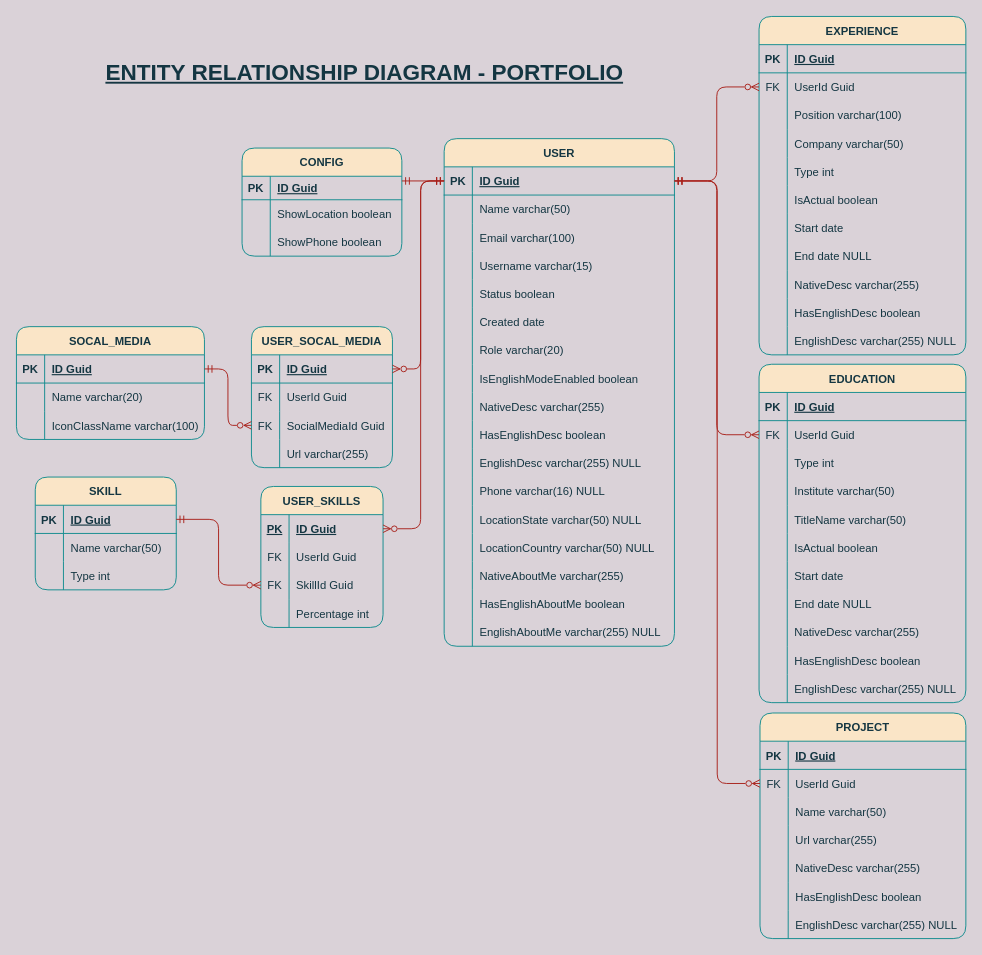
Before: Database/Entity Relationship Diagram.drawio in tiagoramirez/portfolio-backend-dotnet, a draw.io diagram. Source tidied: cells renumbered, new cells numbered last; positions are measured from the earlier drawing's top-left corner, leaving out a move shared by most shapes. Both pictures are drawn from the tidied source at 94%, with x=0, y=0 at pixel (16, 16).
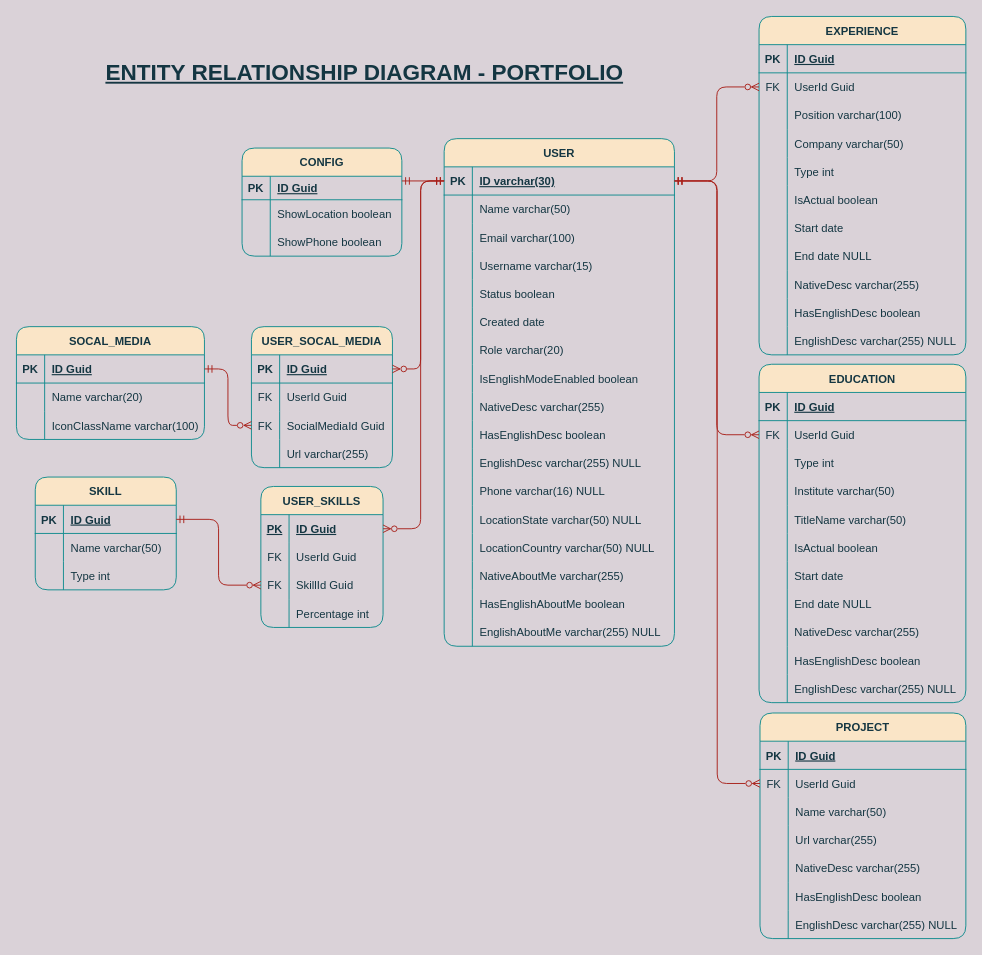
The same page after the edit.

Unchanged cells that the change refers to:
```xml
<mxCell id="102" style="shape=partialRectangle;fillColor=none;top=0;left=0;bottom=1;right=0;points=[[0,0.5],[1,0.5]];portConstraint=eastwest;strokeColor=#0F8B8D;fontColor=#143642;rounded=1;labelBackgroundColor=none;" parent="101" vertex="1">
  <mxGeometry y="30" width="245" height="30" as="geometry" />
</mxCell>
```

What changed in the source:
```diff
@@
-    <mxCell id="104" value="ID Guid" style="shape=partialRectangle;fillColor=none;top=0;left=0;bottom=0;right=0;align=left;spacingLeft=6;fontStyle=5;overflow=hidden;strokeColor=#0F8B8D;fontColor=#143642;rounded=1;labelBackgroundColor=none;" parent="102" vertex="1">
+    <mxCell id="104" value="ID varchar(30)" style="shape=partialRectangle;fillColor=none;top=0;left=0;bottom=0;right=0;align=left;spacingLeft=6;fontStyle=5;overflow=hidden;strokeColor=#0F8B8D;fontColor=#143642;rounded=1;labelBackgroundColor=none;" parent="102" vertex="1">
       <mxGeometry x="30" width="215" height="30" as="geometry" />
     </mxCell>
```
